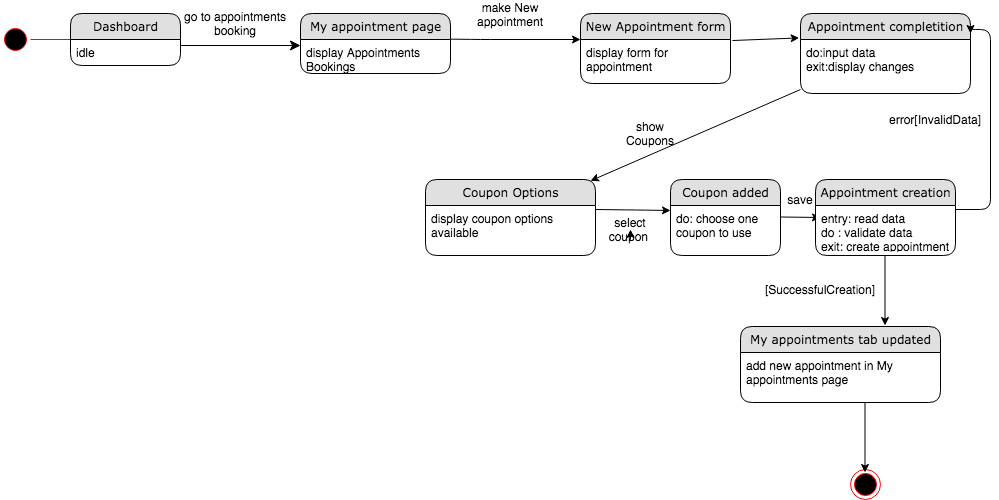
The draw.io diagram Diagrams/State Chart Diagrams FINAL/ST_29 USE COUPON.png in kkasharaj17/SE-project, before a commit. Source tidied: cells renumbered, new cells last; positions are measured from the earlier drawing's top-left corner, leaving out a move shared by most shapes.
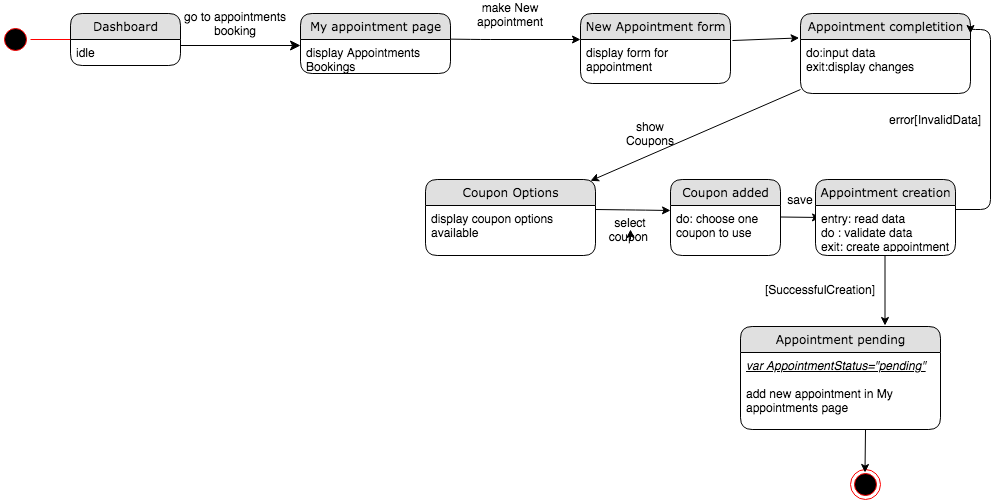
The same file after the commit.

Diff of the diagram source:
```diff
@@ -131,15 +131,15 @@
     <mxCell id="33" value="error[InvalidData]" style="text;html=1;strokeColor=none;fillColor=none;align=center;verticalAlign=middle;whiteSpace=wrap;rounded=0;" parent="1" vertex="1">
       <mxGeometry x="915" y="105" width="40" height="20" as="geometry" />
     </mxCell>
-    <mxCell id="34" value="My appointments tab updated" style="swimlane;html=1;fontStyle=0;horizontal=1;startSize=26;fillColor=#e0e0e0;swimlaneFillColor=#ffffff;align=center;rounded=1;shadow=0;comic=0;labelBackgroundColor=none;strokeWidth=1;fontFamily=Verdana;fontSize=12;" parent="1" vertex="1">
-      <mxGeometry x="740" y="322" width="200" height="76" as="geometry" />
+    <mxCell id="34" value="Appointment pending" style="swimlane;html=1;fontStyle=0;horizontal=1;startSize=26;fillColor=#e0e0e0;swimlaneFillColor=#ffffff;align=center;rounded=1;shadow=0;comic=0;labelBackgroundColor=none;strokeWidth=1;fontFamily=Verdana;fontSize=12;" parent="1" vertex="1">
+      <mxGeometry x="740" y="322" width="200" height="103" as="geometry" />
     </mxCell>
-    <mxCell id="35" value="add new appointment in My appointments page" style="text;html=1;strokeColor=none;fillColor=none;spacingLeft=4;spacingRight=4;whiteSpace=wrap;overflow=hidden;" parent="34" vertex="1">
-      <mxGeometry y="26" width="200" height="34" as="geometry" />
+    <mxCell id="35" value="&lt;i&gt;&lt;u&gt;var AppointmentStatus=&quot;pending&quot;&lt;/u&gt;&lt;/i&gt;&lt;br&gt;&lt;br&gt;add new appointment in My appointments page" style="text;html=1;strokeColor=none;fillColor=none;spacingLeft=4;spacingRight=4;whiteSpace=wrap;overflow=hidden;" parent="34" vertex="1">
+      <mxGeometry y="26" width="200" height="64" as="geometry" />
     </mxCell>
     <mxCell id="36" style="endArrow=classic;html=1;" parent="1" edge="1">
       <mxGeometry relative="1" as="geometry">
-        <mxPoint x="864.5" y="398" as="sourcePoint" />
+        <mxPoint x="865" y="425" as="sourcePoint" />
         <mxPoint x="864.5" y="468" as="targetPoint" />
       </mxGeometry>
     </mxCell>
```
